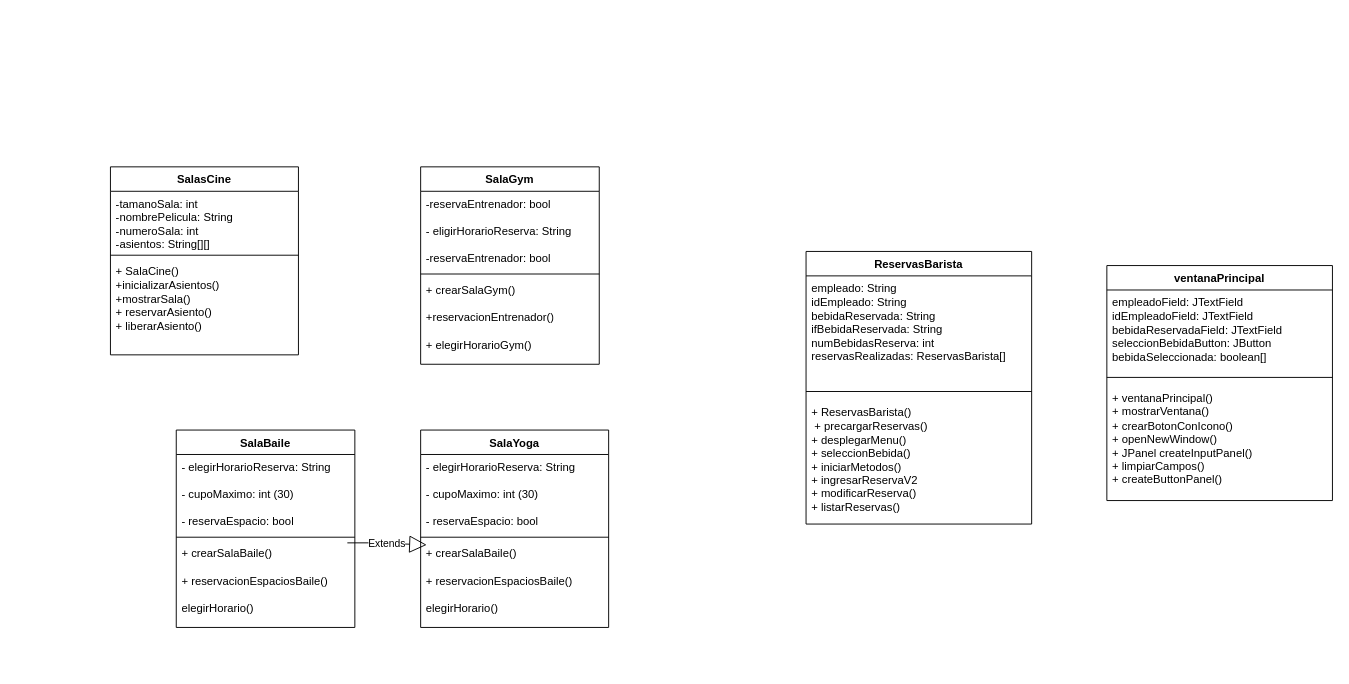
Before: SistemaReservasJava.drawio in handelenriquezacuna/javaSistemaReserva, a draw.io diagram. Source tidied: cells renumbered, new cells numbered last; positions are measured from the earlier drawing's top-left corner, leaving out a move shared by most shapes. Both pictures are drawn from the tidied source at 94%, with x=0, y=0 at pixel (110, 166).
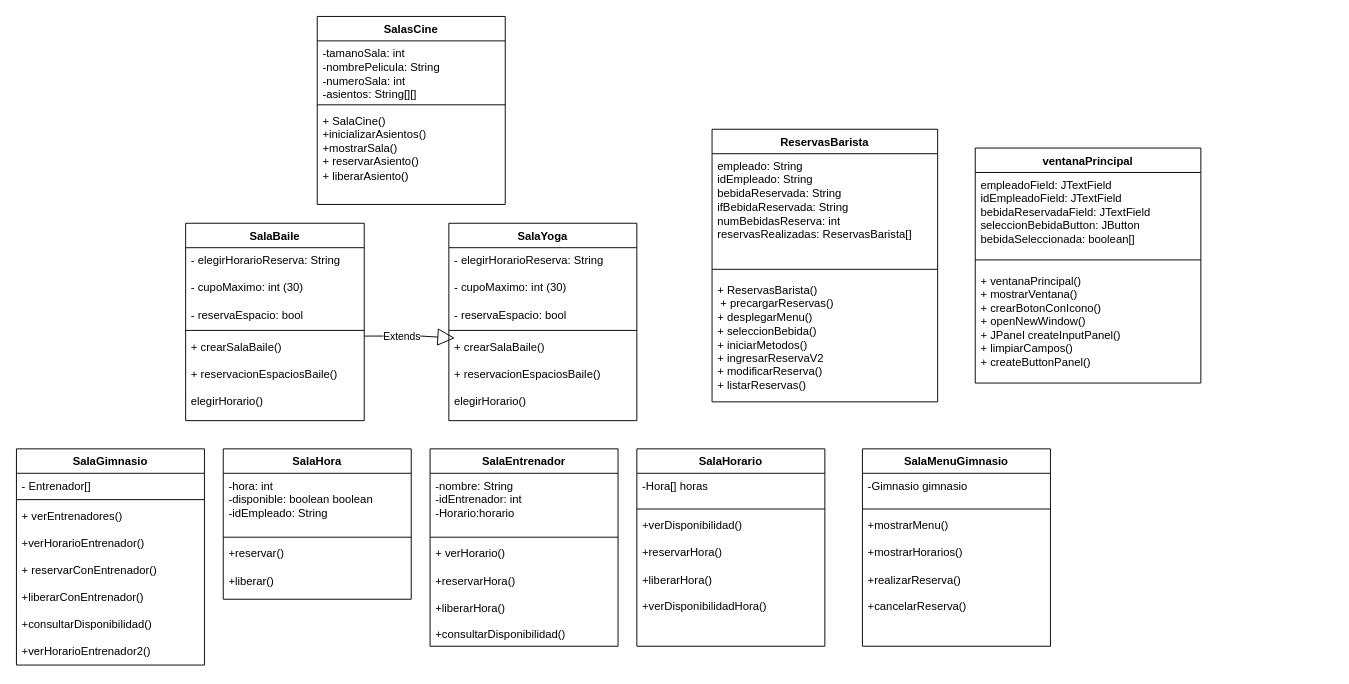
The same diagram, later.

The change refers to these unchanged cells:
```xml
<mxCell id="13" value="+ crearSalaBaile()&lt;div&gt;&lt;br&gt;&lt;/div&gt;&lt;div&gt;+ reservacionEspaciosBaile()&lt;/div&gt;&lt;div&gt;&lt;br&gt;&lt;/div&gt;&lt;div&gt;elegirHorario()&lt;/div&gt;" style="text;strokeColor=none;fillColor=none;align=left;verticalAlign=top;spacingLeft=4;spacingRight=4;overflow=hidden;points=[[0,0.5],[1,0.5]];portConstraint=eastwest;whiteSpace=wrap;html=1;" parent="10" vertex="1">
  <mxGeometry y="118" width="190" height="92" as="geometry" />
</mxCell>
<mxCell id="17" value="+ crearSalaBaile()&lt;div&gt;&lt;br&gt;&lt;/div&gt;&lt;div&gt;+ reservacionEspaciosBaile()&lt;/div&gt;&lt;div&gt;&lt;br&gt;&lt;/div&gt;&lt;div&gt;elegirHorario()&lt;/div&gt;" style="text;strokeColor=none;fillColor=none;align=left;verticalAlign=top;spacingLeft=4;spacingRight=4;overflow=hidden;points=[[0,0.5],[1,0.5]];portConstraint=eastwest;whiteSpace=wrap;html=1;" parent="14" vertex="1">
  <mxGeometry y="118" width="200" height="92" as="geometry" />
</mxCell>
```

Change to the diagram source:
```diff
@@
     <mxCell id="2" value="SalasCine&lt;div&gt;&lt;br&gt;&lt;/div&gt;" style="swimlane;fontStyle=1;align=center;verticalAlign=top;horizontal=1;startSize=26;whiteSpace=wrap;html=1;" parent="1" vertex="1">
-      <mxGeometry width="200" height="200" as="geometry" />
+      <mxGeometry x="220" y="-160" width="200" height="200" as="geometry" />
     </mxCell>
@@
-    <mxCell id="6" value="SalaGym" style="swimlane;fontStyle=1;align=center;verticalAlign=top;horizontal=1;startSize=26;whiteSpace=wrap;html=1;" parent="1" vertex="1">
-      <mxGeometry x="330" width="190" height="210" as="geometry" />
-    </mxCell>
-    <mxCell id="7" value="-reservaEntrenador: bool&lt;div&gt;&lt;br&gt;&lt;/div&gt;&lt;div&gt;- eligirHorarioReserva: String&lt;/div&gt;&lt;div&gt;&lt;br&gt;&lt;/div&gt;&lt;div&gt;-reservaEntrenador: bool&lt;/div&gt;" style="text;strokeColor=none;fillColor=none;align=left;verticalAlign=top;spacingLeft=4;spacingRight=4;overflow=hidden;whiteSpace=wrap;html=1;" parent="6" vertex="1">
-      <mxGeometry y="26" width="190" height="84" as="geometry" />
-    </mxCell>
-    <mxCell id="8" style="line;strokeWidth=1;fillColor=none;align=left;verticalAlign=middle;spacingTop=-1;spacingLeft=3;spacingRight=3;labelPosition=right;strokeColor=inherit;" parent="6" vertex="1">
-      <mxGeometry y="110" width="190" height="8" as="geometry" />
-    </mxCell>
-    <mxCell id="9" value="+ crearSalaGym()&lt;div&gt;&lt;br&gt;&lt;/div&gt;&lt;div&gt;+reservacionEntrenador()&lt;/div&gt;&lt;div&gt;&lt;br&gt;&lt;/div&gt;&lt;div&gt;+ elegirHorarioGym()&lt;/div&gt;" style="text;strokeColor=none;fillColor=none;align=left;verticalAlign=top;spacingLeft=4;spacingRight=4;overflow=hidden;whiteSpace=wrap;html=1;" parent="6" vertex="1">
-      <mxGeometry y="118" width="190" height="92" as="geometry" />
-    </mxCell>
     <mxCell id="10" value="SalaBaile" style="swimlane;fontStyle=1;align=center;verticalAlign=top;horizontal=1;startSize=26;whiteSpace=wrap;html=1;" parent="1" vertex="1">
-      <mxGeometry x="70" y="280" width="190" height="210" as="geometry" />
+      <mxGeometry x="80" y="60" width="190" height="210" as="geometry" />
     </mxCell>
@@
     <mxCell id="14" value="SalaYoga&lt;div&gt;&lt;br&gt;&lt;/div&gt;" style="swimlane;fontStyle=1;align=center;verticalAlign=top;horizontal=1;startSize=26;whiteSpace=wrap;html=1;" parent="1" vertex="1">
-      <mxGeometry x="330" y="280" width="200" height="210" as="geometry" />
+      <mxGeometry x="360" y="60" width="200" height="210" as="geometry" />
     </mxCell>
@@
     <mxCell id="18" value="ReservasBarista&lt;div&gt;&lt;br&gt;&lt;/div&gt;" style="swimlane;fontStyle=1;align=center;verticalAlign=top;horizontal=1;startSize=26;whiteSpace=wrap;html=1;" parent="1" vertex="1">
-      <mxGeometry x="740" y="90" width="240" height="290" as="geometry" />
+      <mxGeometry x="640" y="-40" width="240" height="290" as="geometry" />
     </mxCell>
@@
-    <mxCell id="22" value="Extends" style="endArrow=block;endSize=16;endFill=0;html=1;rounded=0;entryX=0.032;entryY=0.045;entryDx=0;entryDy=0;entryPerimeter=0;exitX=0.958;exitY=0.022;exitDx=0;exitDy=0;exitPerimeter=0;" parent="1" edge="1" source="13" target="17">
-      <mxGeometry relative="1" as="geometry">
+    <mxCell id="22" value="Extends" style="endArrow=block;endSize=16;endFill=0;html=1;rounded=0;entryX=0.032;entryY=0.045;entryDx=0;entryDy=0;entryPerimeter=0;exitX=1;exitY=0.022;exitDx=0;exitDy=0;exitPerimeter=0;" parent="1" edge="1" source="13" target="17">
+      <mxGeometry x="-0.17" y="-1" relative="1" as="geometry">
         <Array as="points">
-          <mxPoint x="280" y="400" />
+          <mxPoint x="330" y="180" />
         </Array>
       </mxGeometry>
     </mxCell>
     <mxCell id="23" value="&lt;div&gt;ventanaPrincipal&lt;/div&gt;" style="swimlane;fontStyle=1;align=center;verticalAlign=top;horizontal=1;startSize=26;whiteSpace=wrap;html=1;" parent="1" vertex="1">
-      <mxGeometry x="1060" y="105" width="240" height="250" as="geometry" />
+      <mxGeometry x="920" y="-20" width="240" height="250" as="geometry" />
     </mxCell>
@@
+    <mxCell id="27" value="SalaGimnasio" style="swimlane;fontStyle=1;align=center;verticalAlign=top;horizontal=1;startSize=26;whiteSpace=wrap;html=1;" parent="1" vertex="1">
+      <mxGeometry x="-100" y="300" width="200" height="230" as="geometry" />
+    </mxCell>
+    <mxCell id="28" value="- Entrenador[]&amp;nbsp;" style="text;strokeColor=none;fillColor=none;align=left;verticalAlign=top;spacingLeft=4;spacingRight=4;overflow=hidden;whiteSpace=wrap;html=1;" parent="27" vertex="1">
+      <mxGeometry y="26" width="200" height="24" as="geometry" />
+    </mxCell>
+    <mxCell id="29" style="line;strokeWidth=1;fillColor=none;align=left;verticalAlign=middle;spacingTop=-1;spacingLeft=3;spacingRight=3;labelPosition=right;strokeColor=inherit;" parent="27" vertex="1">
+      <mxGeometry y="50" width="200" height="8" as="geometry" />
+    </mxCell>
+    <mxCell id="30" value="+ verEntrenadores()&lt;div&gt;&lt;br&gt;&lt;/div&gt;&lt;div&gt;+verHorarioEntrenador()&lt;/div&gt;&lt;div&gt;&lt;br&gt;&lt;/div&gt;&lt;div&gt;+ reservarConEntrenador()&lt;/div&gt;&lt;div&gt;&lt;br&gt;&lt;/div&gt;&lt;div&gt;+liberarConEntrenador()&lt;/div&gt;&lt;div&gt;&lt;br&gt;&lt;/div&gt;&lt;div&gt;+consultarDisponibilidad()&amp;nbsp;&lt;/div&gt;&lt;div&gt;&lt;br&gt;&lt;/div&gt;&lt;div&gt;+verHorarioEntrenador2()&lt;/div&gt;&lt;div&gt;&lt;br&gt;&lt;/div&gt;&lt;div&gt;&lt;br&gt;&lt;/div&gt;" style="text;strokeColor=none;fillColor=none;align=left;verticalAlign=top;spacingLeft=4;spacingRight=4;overflow=hidden;whiteSpace=wrap;html=1;" parent="27" vertex="1">
+      <mxGeometry y="58" width="200" height="172" as="geometry" />
+    </mxCell>
+    <mxCell id="31" value="SalaHora" style="swimlane;fontStyle=1;align=center;verticalAlign=top;horizontal=1;startSize=26;whiteSpace=wrap;html=1;" parent="1" vertex="1">
+      <mxGeometry x="120" y="300" width="200" height="160" as="geometry" />
+    </mxCell>
+    <mxCell id="32" value="&lt;div&gt;-hora: int&lt;/div&gt;&lt;div&gt;&lt;span style=&quot;background-color: initial;&quot;&gt;-disponible: boolean boolean&amp;nbsp;&lt;/span&gt;&lt;/div&gt;&lt;div&gt;&lt;span style=&quot;background-color: initial;&quot;&gt;-idEmpleado: String&amp;nbsp;&lt;/span&gt;&lt;/div&gt;" style="text;strokeColor=none;fillColor=none;align=left;verticalAlign=top;spacingLeft=4;spacingRight=4;overflow=hidden;whiteSpace=wrap;html=1;" parent="31" vertex="1">
+      <mxGeometry y="26" width="200" height="64" as="geometry" />
+    </mxCell>
+    <mxCell id="33" style="line;strokeWidth=1;fillColor=none;align=left;verticalAlign=middle;spacingTop=-1;spacingLeft=3;spacingRight=3;labelPosition=right;strokeColor=inherit;" parent="31" vertex="1">
+      <mxGeometry y="90" width="200" height="8" as="geometry" />
+    </mxCell>
+    <mxCell id="34" value="+reservar()&lt;div&gt;&lt;br&gt;&lt;/div&gt;&lt;div&gt;+liberar()&amp;nbsp;&amp;nbsp;&lt;div&gt;&lt;br&gt;&lt;/div&gt;&lt;div&gt;&lt;br&gt;&lt;/div&gt;&lt;div&gt;&lt;br&gt;&lt;/div&gt;&lt;div&gt;&lt;br&gt;&lt;/div&gt;&lt;/div&gt;" style="text;strokeColor=none;fillColor=none;align=left;verticalAlign=top;spacingLeft=4;spacingRight=4;overflow=hidden;whiteSpace=wrap;html=1;" parent="31" vertex="1">
+      <mxGeometry y="98" width="200" height="62" as="geometry" />
+    </mxCell>
+    <mxCell id="35" value="SalaEntrenador" style="swimlane;fontStyle=1;align=center;verticalAlign=top;horizontal=1;startSize=26;whiteSpace=wrap;html=1;" parent="1" vertex="1">
+      <mxGeometry x="340" y="300" width="200" height="210" as="geometry" />
+    </mxCell>
+    <mxCell id="36" value="&lt;div&gt;-nombre: String&lt;/div&gt;&lt;div&gt;&lt;span style=&quot;background-color: initial;&quot;&gt;-idEntrenador: int&amp;nbsp;&lt;/span&gt;&lt;/div&gt;&lt;div&gt;&lt;span style=&quot;background-color: initial;&quot;&gt;-Horario:horario&lt;/span&gt;&lt;/div&gt;" style="text;strokeColor=none;fillColor=none;align=left;verticalAlign=top;spacingLeft=4;spacingRight=4;overflow=hidden;whiteSpace=wrap;html=1;" parent="35" vertex="1">
+      <mxGeometry y="26" width="200" height="64" as="geometry" />
+    </mxCell>
+    <mxCell id="37" style="line;strokeWidth=1;fillColor=none;align=left;verticalAlign=middle;spacingTop=-1;spacingLeft=3;spacingRight=3;labelPosition=right;strokeColor=inherit;" parent="35" vertex="1">
+      <mxGeometry y="90" width="200" height="8" as="geometry" />
+    </mxCell>
+    <mxCell id="38" value="+ verHorario()&lt;div&gt;&lt;br&gt;&lt;/div&gt;&lt;div&gt;+reservarHora()&lt;/div&gt;&lt;div&gt;&lt;br&gt;&lt;/div&gt;&lt;div&gt;+liberarHora()&lt;/div&gt;&lt;div&gt;&lt;br&gt;&lt;/div&gt;&lt;div&gt;+consultarDisponibilidad()&lt;br&gt;&lt;div&gt;&lt;br&gt;&lt;/div&gt;&lt;div&gt;&lt;br&gt;&lt;/div&gt;&lt;div&gt;&lt;br&gt;&lt;/div&gt;&lt;div&gt;&lt;br&gt;&lt;/div&gt;&lt;/div&gt;" style="text;strokeColor=none;fillColor=none;align=left;verticalAlign=top;spacingLeft=4;spacingRight=4;overflow=hidden;whiteSpace=wrap;html=1;" parent="35" vertex="1">
+      <mxGeometry y="98" width="200" height="112" as="geometry" />
+    </mxCell>
+    <mxCell id="39" value="SalaHorario" style="swimlane;fontStyle=1;align=center;verticalAlign=top;horizontal=1;startSize=26;whiteSpace=wrap;html=1;" parent="1" vertex="1">
+      <mxGeometry x="560" y="300" width="200" height="210" as="geometry" />
+    </mxCell>
+    <mxCell id="40" value="&lt;div&gt;-Hora[] horas&lt;/div&gt;&lt;div&gt;&lt;br&gt;&lt;/div&gt;" style="text;strokeColor=none;fillColor=none;align=left;verticalAlign=top;spacingLeft=4;spacingRight=4;overflow=hidden;whiteSpace=wrap;html=1;" parent="39" vertex="1">
+      <mxGeometry y="26" width="200" height="34" as="geometry" />
+    </mxCell>
+    <mxCell id="41" style="line;strokeWidth=1;fillColor=none;align=left;verticalAlign=middle;spacingTop=-1;spacingLeft=3;spacingRight=3;labelPosition=right;strokeColor=inherit;" parent="39" vertex="1">
+      <mxGeometry y="60" width="200" height="8" as="geometry" />
+    </mxCell>
+    <mxCell id="42" value="+verDisponibilidad()&amp;nbsp;&lt;div&gt;&lt;br&gt;&lt;/div&gt;&lt;div&gt;+reservarHora()&lt;/div&gt;&lt;div&gt;&lt;br&gt;&lt;/div&gt;&lt;div&gt;+liberarHora()&lt;/div&gt;&lt;div&gt;&lt;br&gt;&lt;/div&gt;&lt;div&gt;+verDisponibilidadHora()&lt;div&gt;&lt;br&gt;&lt;/div&gt;&lt;div&gt;&lt;br&gt;&lt;/div&gt;&lt;div&gt;&lt;br&gt;&lt;/div&gt;&lt;/div&gt;" style="text;strokeColor=none;fillColor=none;align=left;verticalAlign=top;spacingLeft=4;spacingRight=4;overflow=hidden;whiteSpace=wrap;html=1;" parent="39" vertex="1">
+      <mxGeometry y="68" width="200" height="142" as="geometry" />
+    </mxCell>
+    <mxCell id="43" value="SalaMenuGimnasio" style="swimlane;fontStyle=1;align=center;verticalAlign=top;horizontal=1;startSize=26;whiteSpace=wrap;html=1;" parent="1" vertex="1">
+      <mxGeometry x="800" y="300" width="200" height="210" as="geometry" />
+    </mxCell>
+    <mxCell id="44" value="&lt;div&gt;-Gimnasio gimnasio&lt;/div&gt;&lt;div&gt;&lt;br&gt;&lt;/div&gt;" style="text;strokeColor=none;fillColor=none;align=left;verticalAlign=top;spacingLeft=4;spacingRight=4;overflow=hidden;whiteSpace=wrap;html=1;" parent="43" vertex="1">
+      <mxGeometry y="26" width="200" height="34" as="geometry" />
+    </mxCell>
+    <mxCell id="45" style="line;strokeWidth=1;fillColor=none;align=left;verticalAlign=middle;spacingTop=-1;spacingLeft=3;spacingRight=3;labelPosition=right;strokeColor=inherit;" parent="43" vertex="1">
+      <mxGeometry y="60" width="200" height="8" as="geometry" />
+    </mxCell>
+    <mxCell id="46" value="+mostrarMenu()&amp;nbsp;&amp;nbsp;&lt;div&gt;&lt;br&gt;&lt;/div&gt;&lt;div&gt;+mostrarHorarios()&amp;nbsp;&lt;/div&gt;&lt;div&gt;&lt;br&gt;&lt;/div&gt;&lt;div&gt;+realizarReserva()&lt;/div&gt;&lt;div&gt;&lt;br&gt;&lt;/div&gt;&lt;div&gt;+cancelarReserva()&lt;div&gt;&lt;br&gt;&lt;/div&gt;&lt;div&gt;&lt;br&gt;&lt;/div&gt;&lt;/div&gt;" style="text;strokeColor=none;fillColor=none;align=left;verticalAlign=top;spacingLeft=4;spacingRight=4;overflow=hidden;whiteSpace=wrap;html=1;" parent="43" vertex="1">
+      <mxGeometry y="68" width="200" height="142" as="geometry" />
+    </mxCell>
```
